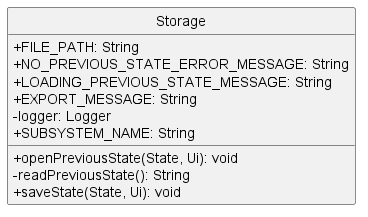
Before: docs/images/storageClass.png, a diagram exported from PlantUML (nus-cs2113-AY2223S1/tp).
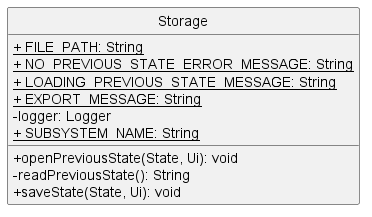
The same file after the commit.

Diff of the diagram source:
```diff
@@ -3,12 +3,12 @@
 skinparam classAttributeIconSize 0
 
 class Storage {
-    + FILE_PATH: String
-    + NO_PREVIOUS_STATE_ERROR_MESSAGE: String
-    + LOADING_PREVIOUS_STATE_MESSAGE: String
-    + EXPORT_MESSAGE: String
+    <u>+ FILE_PATH: String
+    <u>+ NO_PREVIOUS_STATE_ERROR_MESSAGE: String
+    <u>+ LOADING_PREVIOUS_STATE_MESSAGE: String
+    <u>+ EXPORT_MESSAGE: String
     - logger: Logger
-    + SUBSYSTEM_NAME: String
+    <u>+ SUBSYSTEM_NAME: String
 
     + openPreviousState(State, Ui): void
     - readPreviousState(): String
```
